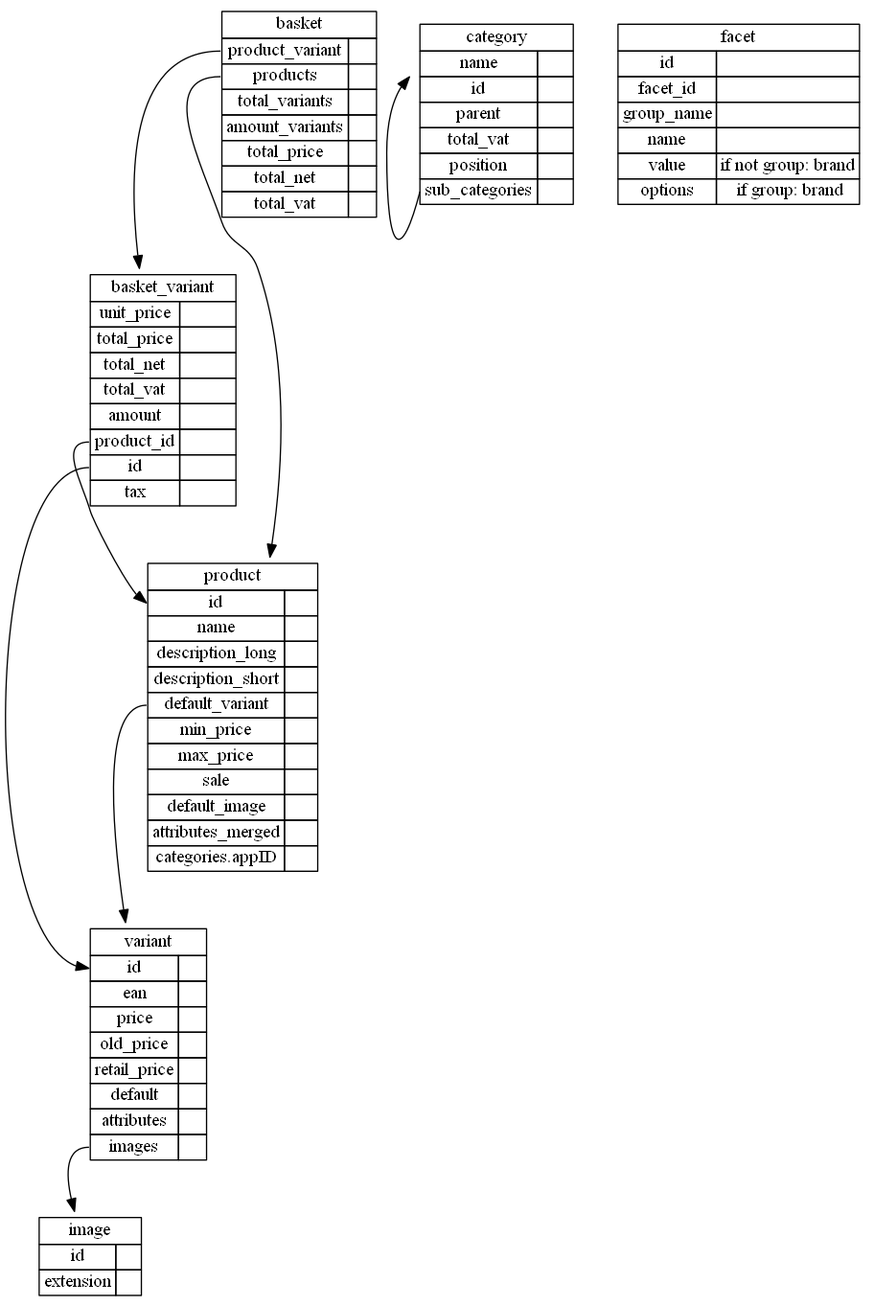
Earlier version of the Graphviz export doc/source/collins_objects.png (tkothe/Python-SDK). Its source is kept beside it as doc/collins_objects.gv.
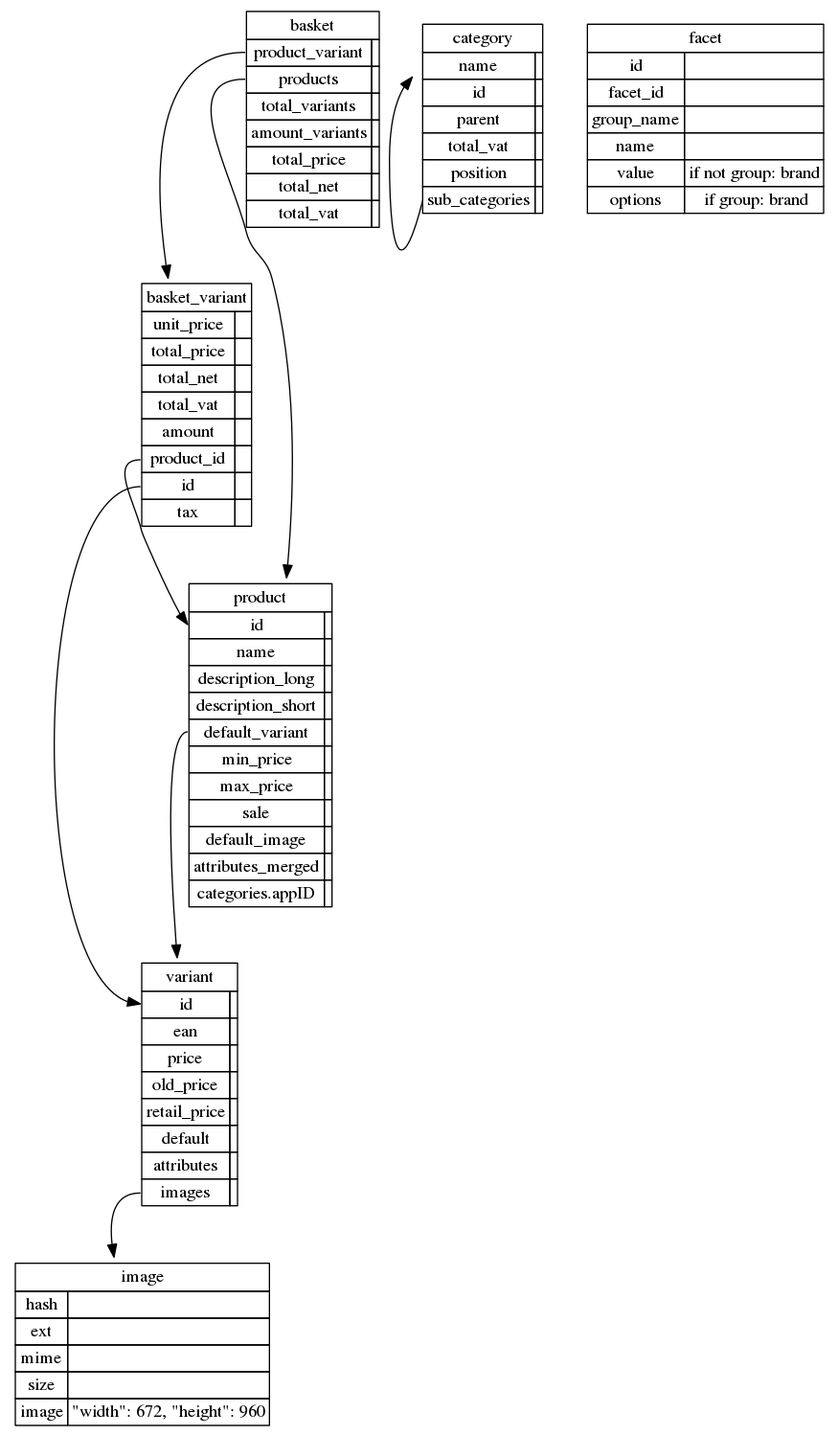
Later version of the same file.

The edit, as a diff of the source:
```diff
@@ -26,10 +26,10 @@
 
     category[label=<<table cellspacing="0" border="0" cellborder="1">
         <tr><td colspan="2">category</td></tr>
+        <tr><td>id</td><td></td></tr>
         <tr><td>name</td><td></td></tr>
-        <tr><td>id</td><td></td></tr>
+        <tr><td>active</td><td></td></tr>
         <tr><td>parent</td><td></td></tr>
-        <tr><td>total_vat</td><td></td></tr>
         <tr><td>position</td><td></td></tr>
         <tr><td port="sub">sub_categories</td><td></td></tr>
     </table>>];
@@ -63,10 +63,12 @@
 
     image[label=<<table cellspacing="0" border="0" cellborder="1">
         <tr><td colspan="2">image</td></tr>
-        <tr><td>id</td><td></td></tr>
-        <tr><td>extension</td><td></td></tr>
+        <tr><td>hash</td><td></td></tr>
+        <tr><td>ext</td><td></td></tr>
+        <tr><td>mime</td><td></td></tr>
+        <tr><td>size</td><td></td></tr>
+        <tr><td>image</td><td>"width": 672, "height": 960</td></tr>
     </table>>];
-
 
     facet[label=<<table cellspacing="0" border="0" cellborder="1">
         <tr><td colspan="2">facet</td></tr>
```
